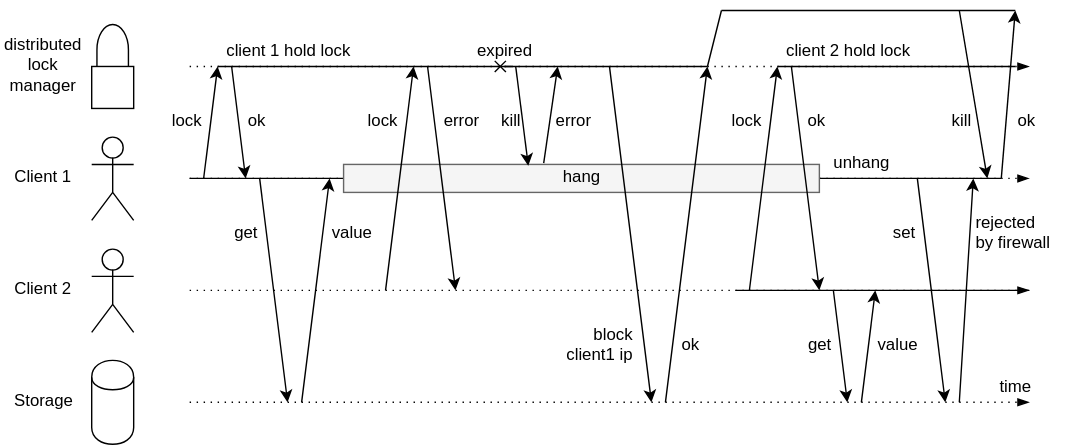
This is blog/isolate.svg from taooka/taooka, a draw.io export, as it was before one commit. Source tidied: cells renumbered, new cells last; positions are measured from the earlier drawing's top-left corner, leaving out a move shared by most shapes. Source of this version:
```xml
<mxGraphModel background="#ffffff">
  <root>
    <mxCell id="0" />
    <mxCell id="1" parent="0" />
    <mxCell id="2" style="endArrow=blockThin;html=1;dashed=1;dashPattern=1 4;endFill=1;" parent="1" edge="1">
      <mxGeometry relative="1" as="geometry">
        <mxPoint x="130" y="40" as="sourcePoint" />
        <mxPoint x="730" y="40" as="targetPoint" />
      </mxGeometry>
    </mxCell>
    <mxCell id="3" style="shape=cylinder;whiteSpace=wrap;html=1;" parent="1" vertex="1">
      <mxGeometry x="60" y="250" width="30" height="60" as="geometry" />
    </mxCell>
    <mxCell id="4" style="shape=umlActor;verticalLabelPosition=bottom;labelBackgroundColor=#ffffff;verticalAlign=top;html=1;" parent="1" vertex="1">
      <mxGeometry x="60" y="90" width="30" height="60" as="geometry" />
    </mxCell>
    <mxCell id="5" style="shape=umlActor;verticalLabelPosition=bottom;labelBackgroundColor=#ffffff;verticalAlign=top;html=1;" parent="1" vertex="1">
      <mxGeometry x="60" y="170" width="30" height="60" as="geometry" />
    </mxCell>
    <mxCell id="6" style="html=1;verticalLabelPosition=bottom;labelBackgroundColor=#ffffff;verticalAlign=top;strokeWidth=1;strokeColor=#000000;fillColor=#ffffff;shadow=0;dashed=0;shape=mxgraph.ios7.icons.locked;" parent="1" vertex="1">
      <mxGeometry x="60" y="10" width="30" height="60" as="geometry" />
    </mxCell>
    <mxCell id="7" style="endArrow=blockThin;html=1;dashed=1;dashPattern=1 4;endFill=1;" parent="1" edge="1">
      <mxGeometry relative="1" as="geometry">
        <mxPoint x="130" y="120" as="sourcePoint" />
        <mxPoint x="730" y="120" as="targetPoint" />
      </mxGeometry>
    </mxCell>
    <mxCell id="8" style="endArrow=blockThin;html=1;dashed=1;dashPattern=1 4;endFill=1;" parent="1" edge="1">
      <mxGeometry relative="1" as="geometry">
        <mxPoint x="130" y="200" as="sourcePoint" />
        <mxPoint x="730" y="200" as="targetPoint" />
      </mxGeometry>
    </mxCell>
    <mxCell id="9" style="endArrow=blockThin;html=1;dashed=1;dashPattern=1 4;strokeColor=#000000;endFill=1;" parent="1" edge="1">
      <mxGeometry relative="1" as="geometry">
        <mxPoint x="130" y="280" as="sourcePoint" />
        <mxPoint x="730" y="280" as="targetPoint" />
      </mxGeometry>
    </mxCell>
    <mxCell id="10" value="distributed lock manager" style="text;html=1;strokeColor=none;fillColor=none;align=center;verticalAlign=middle;whiteSpace=wrap;" parent="1" vertex="1">
      <mxGeometry y="30" width="50" height="20" as="geometry" />
    </mxCell>
    <mxCell id="11" value="Client 1" style="text;html=1;strokeColor=none;fillColor=none;align=center;verticalAlign=middle;whiteSpace=wrap;" parent="1" vertex="1">
      <mxGeometry y="110" width="50" height="20" as="geometry" />
    </mxCell>
    <mxCell id="12" value="Client 2" style="text;html=1;strokeColor=none;fillColor=none;align=center;verticalAlign=middle;whiteSpace=wrap;" parent="1" vertex="1">
      <mxGeometry y="190" width="50" height="20" as="geometry" />
    </mxCell>
    <mxCell id="13" value="Storage" style="text;html=1;strokeColor=none;fillColor=none;align=center;verticalAlign=middle;whiteSpace=wrap;" parent="1" vertex="1">
      <mxGeometry y="270" width="50" height="20" as="geometry" />
    </mxCell>
    <mxCell id="14" style="endArrow=classic;html=1;" parent="1" edge="1">
      <mxGeometry relative="1" as="geometry">
        <mxPoint x="140" y="120" as="sourcePoint" />
        <mxPoint x="150" y="40" as="targetPoint" />
      </mxGeometry>
    </mxCell>
    <mxCell id="15" value="lock" style="text;html=1;strokeColor=none;fillColor=none;align=right;verticalAlign=middle;whiteSpace=wrap;" parent="1" vertex="1">
      <mxGeometry x="100" y="70" width="40" height="20" as="geometry" />
    </mxCell>
    <mxCell id="16" style="endArrow=classic;html=1;" parent="1" edge="1">
      <mxGeometry relative="1" as="geometry">
        <mxPoint x="160" y="40" as="sourcePoint" />
        <mxPoint x="170" y="120" as="targetPoint" />
      </mxGeometry>
    </mxCell>
    <mxCell id="17" value="error" style="text;html=1;strokeColor=none;fillColor=none;align=left;verticalAlign=middle;whiteSpace=wrap;" parent="1" vertex="1">
      <mxGeometry x="310" y="70" width="40" height="20" as="geometry" />
    </mxCell>
    <mxCell id="18" style="endArrow=none;html=1;" parent="1" edge="1">
      <mxGeometry relative="1" as="geometry">
        <mxPoint x="130" y="120" as="sourcePoint" />
        <mxPoint x="710" y="120" as="targetPoint" />
      </mxGeometry>
    </mxCell>
    <mxCell id="19" style="endArrow=classic;html=1;" parent="1" edge="1">
      <mxGeometry relative="1" as="geometry">
        <mxPoint x="180" y="120" as="sourcePoint" />
        <mxPoint x="200" y="280" as="targetPoint" />
      </mxGeometry>
    </mxCell>
    <mxCell id="20" style="endArrow=classic;html=1;" parent="1" edge="1">
      <mxGeometry relative="1" as="geometry">
        <mxPoint x="210" y="280" as="sourcePoint" />
        <mxPoint x="230" y="120" as="targetPoint" />
      </mxGeometry>
    </mxCell>
    <mxCell id="21" value="get" style="text;html=1;strokeColor=none;fillColor=none;align=right;verticalAlign=middle;whiteSpace=wrap;" parent="1" vertex="1">
      <mxGeometry x="140" y="150" width="40" height="20" as="geometry" />
    </mxCell>
    <mxCell id="22" value="value" style="text;html=1;strokeColor=none;fillColor=none;align=left;verticalAlign=middle;whiteSpace=wrap;" parent="1" vertex="1">
      <mxGeometry x="230" y="150" width="40" height="20" as="geometry" />
    </mxCell>
    <mxCell id="23" value="&lt;div align=&quot;center&quot;&gt;hang&lt;/div&gt;" style="whiteSpace=wrap;html=1;strokeColor=#666666;strokeWidth=1;align=center;fillColor=#f5f5f5;" parent="1" vertex="1">
      <mxGeometry x="240" y="110" width="340" height="20" as="geometry" />
    </mxCell>
    <mxCell id="24" style="endArrow=classic;html=1;strokeWidth=1;" parent="1" edge="1">
      <mxGeometry relative="1" as="geometry">
        <mxPoint x="270" y="200" as="sourcePoint" />
        <mxPoint x="290" y="40" as="targetPoint" />
      </mxGeometry>
    </mxCell>
    <mxCell id="25" style="endArrow=classic;html=1;strokeWidth=1;" parent="1" edge="1">
      <mxGeometry relative="1" as="geometry">
        <mxPoint x="300" y="40" as="sourcePoint" />
        <mxPoint x="320" y="200" as="targetPoint" />
      </mxGeometry>
    </mxCell>
    <mxCell id="26" value="lock" style="text;html=1;strokeColor=none;fillColor=none;align=right;verticalAlign=middle;whiteSpace=wrap;" parent="1" vertex="1">
      <mxGeometry x="240" y="70" width="40" height="20" as="geometry" />
    </mxCell>
    <mxCell id="27" value="ok" style="text;html=1;strokeColor=none;fillColor=none;align=left;verticalAlign=middle;whiteSpace=wrap;" parent="1" vertex="1">
      <mxGeometry x="170" y="70" width="40" height="20" as="geometry" />
    </mxCell>
    <mxCell id="28" value="lock" style="text;html=1;strokeColor=none;fillColor=none;align=right;verticalAlign=middle;whiteSpace=wrap;" parent="1" vertex="1">
      <mxGeometry x="500" y="70" width="40" height="20" as="geometry" />
    </mxCell>
    <mxCell id="29" value="ok" style="text;html=1;strokeColor=none;fillColor=none;align=left;verticalAlign=middle;whiteSpace=wrap;" parent="1" vertex="1">
      <mxGeometry x="570" y="70" width="40" height="20" as="geometry" />
    </mxCell>
    <mxCell id="30" style="endArrow=classic;html=1;strokeWidth=1;" parent="1" edge="1">
      <mxGeometry relative="1" as="geometry">
        <mxPoint x="530" y="200" as="sourcePoint" />
        <mxPoint x="550" y="40" as="targetPoint" />
      </mxGeometry>
    </mxCell>
    <mxCell id="31" style="endArrow=classic;html=1;strokeWidth=1;" parent="1" edge="1">
      <mxGeometry relative="1" as="geometry">
        <mxPoint x="560" y="40" as="sourcePoint" />
        <mxPoint x="580" y="200" as="targetPoint" />
      </mxGeometry>
    </mxCell>
    <mxCell id="32" value="get" style="text;html=1;strokeColor=none;fillColor=none;align=right;verticalAlign=middle;whiteSpace=wrap;" parent="1" vertex="1">
      <mxGeometry x="550" y="230" width="40" height="20" as="geometry" />
    </mxCell>
    <mxCell id="33" style="endArrow=classic;html=1;strokeWidth=1;" parent="1" edge="1">
      <mxGeometry relative="1" as="geometry">
        <mxPoint x="590" y="200" as="sourcePoint" />
        <mxPoint x="600" y="280" as="targetPoint" />
      </mxGeometry>
    </mxCell>
    <mxCell id="34" style="endArrow=classic;html=1;strokeWidth=1;" parent="1" edge="1">
      <mxGeometry relative="1" as="geometry">
        <mxPoint x="610" y="280" as="sourcePoint" />
        <mxPoint x="620" y="200" as="targetPoint" />
      </mxGeometry>
    </mxCell>
    <mxCell id="35" value="value" style="text;html=1;strokeColor=none;fillColor=none;align=left;verticalAlign=middle;whiteSpace=wrap;" parent="1" vertex="1">
      <mxGeometry x="620" y="230" width="40" height="20" as="geometry" />
    </mxCell>
    <mxCell id="36" value="time" style="text;html=1;strokeColor=none;fillColor=none;align=center;verticalAlign=middle;whiteSpace=wrap;" parent="1" vertex="1">
      <mxGeometry x="700" y="260" width="40" height="20" as="geometry" />
    </mxCell>
    <mxCell id="37" style="endArrow=none;html=1;strokeColor=#000000;strokeWidth=1;endFill=0;startArrow=cross;startFill=0;" parent="1" edge="1">
      <mxGeometry relative="1" as="geometry">
        <mxPoint x="360" y="40" as="sourcePoint" />
        <mxPoint x="150" y="40" as="targetPoint" />
      </mxGeometry>
    </mxCell>
    <mxCell id="38" value="client 1 hold lock&lt;br&gt;" style="text;html=1;strokeColor=none;fillColor=none;align=center;verticalAlign=middle;whiteSpace=wrap;" parent="1" vertex="1">
      <mxGeometry x="150" y="20" width="100" height="20" as="geometry" />
    </mxCell>
    <mxCell id="39" style="endArrow=none;html=1;strokeColor=#000000;strokeWidth=1;" parent="1" edge="1">
      <mxGeometry relative="1" as="geometry">
        <mxPoint x="730" y="200" as="sourcePoint" />
        <mxPoint x="520" y="200" as="targetPoint" />
      </mxGeometry>
    </mxCell>
    <mxCell id="40" value="client 2 hold lock" style="text;html=1;strokeColor=none;fillColor=none;align=center;verticalAlign=middle;whiteSpace=wrap;" parent="1" vertex="1">
      <mxGeometry x="550" y="20" width="100" height="20" as="geometry" />
    </mxCell>
    <mxCell id="41" style="endArrow=none;html=1;strokeColor=#000000;strokeWidth=1;" parent="1" edge="1">
      <mxGeometry relative="1" as="geometry">
        <mxPoint x="720" y="40" as="sourcePoint" />
        <mxPoint x="550" y="40" as="targetPoint" />
      </mxGeometry>
    </mxCell>
    <mxCell id="42" style="endArrow=classic;html=1;strokeColor=#000000;strokeWidth=1;endFill=1;" parent="1" edge="1">
      <mxGeometry relative="1" as="geometry">
        <mxPoint x="650" y="120" as="sourcePoint" />
        <mxPoint x="670" y="280" as="targetPoint" />
      </mxGeometry>
    </mxCell>
    <mxCell id="43" value="set" style="text;html=1;strokeColor=none;fillColor=none;align=right;verticalAlign=middle;whiteSpace=wrap;" parent="1" vertex="1">
      <mxGeometry x="610" y="150" width="40" height="20" as="geometry" />
    </mxCell>
    <mxCell id="44" value="unhang" style="text;html=1;strokeColor=none;fillColor=none;align=center;verticalAlign=middle;whiteSpace=wrap;" parent="1" vertex="1">
      <mxGeometry x="580" y="100" width="60" height="20" as="geometry" />
    </mxCell>
    <mxCell id="45" style="endArrow=classic;html=1;strokeColor=#000000;strokeWidth=1;fontSize=19;exitX=0.75;exitY=1;entryX=0.443;entryY=0.028;entryPerimeter=0;" parent="1" edge="1">
      <mxGeometry relative="1" as="geometry">
        <mxPoint x="363" y="40" as="sourcePoint" />
        <mxPoint x="372" y="111" as="targetPoint" />
      </mxGeometry>
    </mxCell>
    <mxCell id="46" style="endArrow=classic;html=1;strokeColor=#000000;strokeWidth=1;fontSize=19;exitX=0.471;exitY=-0.04;exitPerimeter=0;" parent="1" edge="1">
      <mxGeometry relative="1" as="geometry">
        <mxPoint x="383" y="109" as="sourcePoint" />
        <mxPoint x="393" y="40" as="targetPoint" />
      </mxGeometry>
    </mxCell>
    <mxCell id="47" value="error" style="text;html=1;strokeColor=none;fillColor=none;align=left;verticalAlign=middle;whiteSpace=wrap;" parent="1" vertex="1">
      <mxGeometry x="390" y="70" width="40" height="20" as="geometry" />
    </mxCell>
    <mxCell id="48" value="kill" style="text;html=1;strokeColor=none;fillColor=none;align=right;verticalAlign=middle;whiteSpace=wrap;" parent="1" vertex="1">
      <mxGeometry x="328" y="70" width="40" height="20" as="geometry" />
    </mxCell>
    <mxCell id="49" value="expired" style="text;html=1;strokeColor=none;fillColor=none;align=center;verticalAlign=middle;whiteSpace=wrap;" parent="1" vertex="1">
      <mxGeometry x="305" y="20" width="100" height="20" as="geometry" />
    </mxCell>
    <mxCell id="50" style="endArrow=classic;html=1;strokeColor=#000000;strokeWidth=1;fontSize=19;" parent="1" edge="1">
      <mxGeometry relative="1" as="geometry">
        <mxPoint x="430" y="40" as="sourcePoint" />
        <mxPoint x="460" y="280" as="targetPoint" />
      </mxGeometry>
    </mxCell>
    <mxCell id="51" style="endArrow=classic;html=1;strokeColor=#000000;strokeWidth=1;fontSize=19;" parent="1" edge="1">
      <mxGeometry relative="1" as="geometry">
        <mxPoint x="470" y="280" as="sourcePoint" />
        <mxPoint x="500" y="40" as="targetPoint" />
      </mxGeometry>
    </mxCell>
    <mxCell id="52" value="block&lt;br&gt;client1 ip" style="text;html=1;strokeColor=none;fillColor=none;align=right;verticalAlign=middle;whiteSpace=wrap;" parent="1" vertex="1">
      <mxGeometry x="393" y="230" width="55" height="20" as="geometry" />
    </mxCell>
    <mxCell id="53" value="ok" style="text;html=1;strokeColor=none;fillColor=none;align=left;verticalAlign=middle;whiteSpace=wrap;" parent="1" vertex="1">
      <mxGeometry x="480" y="230" width="40" height="20" as="geometry" />
    </mxCell>
    <mxCell id="54" style="endArrow=none;html=1;strokeColor=#000000;strokeWidth=1;fontSize=19;entryX=0.5;entryY=1;" parent="1" edge="1" target="49">
      <mxGeometry relative="1" as="geometry">
        <mxPoint x="500" y="40" as="sourcePoint" />
      </mxGeometry>
    </mxCell>
    <mxCell id="55" style="endArrow=classic;html=1;strokeColor=#000000;strokeWidth=1;fontSize=19;" parent="1" edge="1">
      <mxGeometry relative="1" as="geometry">
        <mxPoint x="680" y="280" as="sourcePoint" />
        <mxPoint x="690" y="120" as="targetPoint" />
      </mxGeometry>
    </mxCell>
    <mxCell id="56" value="rejected&lt;br&gt;by firewall" style="text;html=1;strokeColor=none;fillColor=none;align=left;verticalAlign=middle;whiteSpace=wrap;" parent="1" vertex="1">
      <mxGeometry x="690" y="150" width="60" height="20" as="geometry" />
    </mxCell>
    <mxCell id="57" style="endArrow=none;html=1;strokeColor=#000000;strokeWidth=1;fontSize=19;endFill=0;" parent="1" edge="1">
      <mxGeometry relative="1" as="geometry">
        <mxPoint x="510" as="sourcePoint" />
        <mxPoint x="720" as="targetPoint" />
      </mxGeometry>
    </mxCell>
    <mxCell id="58" style="endArrow=none;html=1;strokeColor=#000000;strokeWidth=1;fontSize=19;" parent="1" edge="1">
      <mxGeometry relative="1" as="geometry">
        <mxPoint x="500" y="40" as="sourcePoint" />
        <mxPoint x="510" as="targetPoint" />
      </mxGeometry>
    </mxCell>
    <mxCell id="59" style="endArrow=classic;html=1;strokeColor=#000000;strokeWidth=1;fontSize=19;" parent="1" edge="1">
      <mxGeometry relative="1" as="geometry">
        <mxPoint x="680" as="sourcePoint" />
        <mxPoint x="700" y="120" as="targetPoint" />
      </mxGeometry>
    </mxCell>
    <mxCell id="60" value="kill" style="text;html=1;strokeColor=none;fillColor=none;align=right;verticalAlign=middle;whiteSpace=wrap;" parent="1" vertex="1">
      <mxGeometry x="650" y="70" width="40" height="20" as="geometry" />
    </mxCell>
    <mxCell id="61" style="endArrow=classic;html=1;strokeColor=#000000;strokeWidth=1;fontSize=19;" parent="1" edge="1">
      <mxGeometry relative="1" as="geometry">
        <mxPoint x="710" y="120" as="sourcePoint" />
        <mxPoint x="720" as="targetPoint" />
      </mxGeometry>
    </mxCell>
    <mxCell id="62" value="ok" style="text;html=1;strokeColor=none;fillColor=none;align=left;verticalAlign=middle;whiteSpace=wrap;" parent="1" vertex="1">
      <mxGeometry x="720" y="70" width="40" height="20" as="geometry" />
    </mxCell>
  </root>
</mxGraphModel>
```
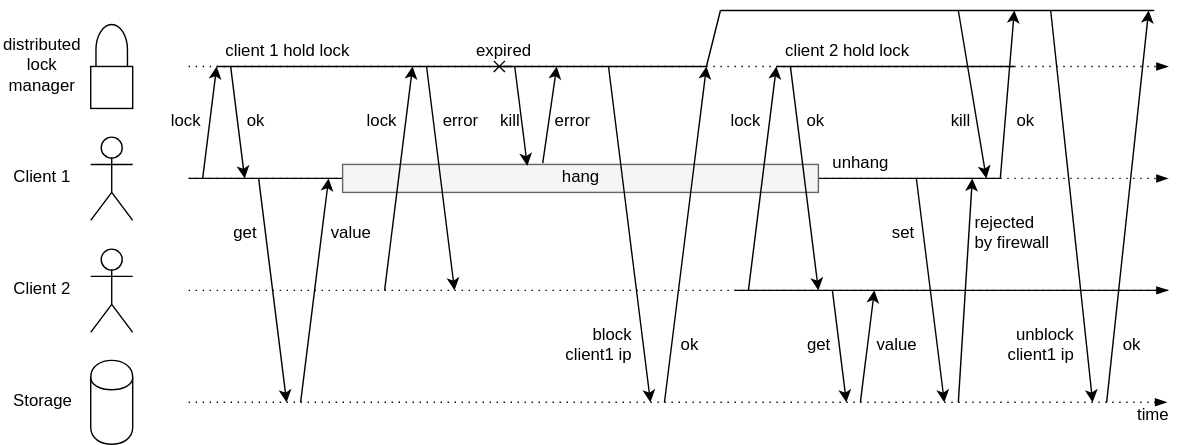
The same diagram one commit later.

Commit message:
diagramm updated add some links

What changed in the source:
```diff
@@ -5,7 +5,7 @@
     <mxCell id="2" style="endArrow=blockThin;html=1;dashed=1;dashPattern=1 4;endFill=1;" parent="1" edge="1">
       <mxGeometry relative="1" as="geometry">
         <mxPoint x="130" y="40" as="sourcePoint" />
-        <mxPoint x="730" y="40" as="targetPoint" />
+        <mxPoint x="830" y="40" as="targetPoint" />
       </mxGeometry>
     </mxCell>
     <mxCell id="3" style="shape=cylinder;whiteSpace=wrap;html=1;" parent="1" vertex="1">
@@ -23,19 +23,18 @@
     <mxCell id="7" style="endArrow=blockThin;html=1;dashed=1;dashPattern=1 4;endFill=1;" parent="1" edge="1">
       <mxGeometry relative="1" as="geometry">
         <mxPoint x="130" y="120" as="sourcePoint" />
-        <mxPoint x="730" y="120" as="targetPoint" />
+        <mxPoint x="830" y="120" as="targetPoint" />
       </mxGeometry>
     </mxCell>
     <mxCell id="8" style="endArrow=blockThin;html=1;dashed=1;dashPattern=1 4;endFill=1;" parent="1" edge="1">
       <mxGeometry relative="1" as="geometry">
         <mxPoint x="130" y="200" as="sourcePoint" />
-        <mxPoint x="730" y="200" as="targetPoint" />
+        <mxPoint x="830" y="200" as="targetPoint" />
       </mxGeometry>
     </mxCell>
-    <mxCell id="9" style="endArrow=blockThin;html=1;dashed=1;dashPattern=1 4;strokeColor=#000000;endFill=1;" parent="1" edge="1">
+    <mxCell id="9" style="endArrow=blockThin;html=1;dashed=1;dashPattern=1 4;strokeColor=#000000;endFill=1;entryX=0.75;entryY=0;" parent="1" edge="1" target="36">
       <mxGeometry relative="1" as="geometry">
         <mxPoint x="130" y="280" as="sourcePoint" />
-        <mxPoint x="730" y="280" as="targetPoint" />
       </mxGeometry>
     </mxCell>
     <mxCell id="10" value="distributed lock manager" style="text;html=1;strokeColor=none;fillColor=none;align=center;verticalAlign=middle;whiteSpace=wrap;" parent="1" vertex="1">
@@ -150,7 +149,7 @@
       <mxGeometry x="620" y="230" width="40" height="20" as="geometry" />
     </mxCell>
     <mxCell id="36" value="time" style="text;html=1;strokeColor=none;fillColor=none;align=center;verticalAlign=middle;whiteSpace=wrap;" parent="1" vertex="1">
-      <mxGeometry x="700" y="260" width="40" height="20" as="geometry" />
+      <mxGeometry x="799" y="280" width="40" height="20" as="geometry" />
     </mxCell>
     <mxCell id="37" style="endArrow=none;html=1;strokeColor=#000000;strokeWidth=1;endFill=0;startArrow=cross;startFill=0;" parent="1" edge="1">
       <mxGeometry relative="1" as="geometry">
@@ -163,7 +162,7 @@
     </mxCell>
     <mxCell id="39" style="endArrow=none;html=1;strokeColor=#000000;strokeWidth=1;" parent="1" edge="1">
       <mxGeometry relative="1" as="geometry">
-        <mxPoint x="730" y="200" as="sourcePoint" />
+        <mxPoint x="830" y="200" as="sourcePoint" />
         <mxPoint x="520" y="200" as="targetPoint" />
       </mxGeometry>
     </mxCell>
@@ -244,7 +243,7 @@
     <mxCell id="57" style="endArrow=none;html=1;strokeColor=#000000;strokeWidth=1;fontSize=19;endFill=0;" parent="1" edge="1">
       <mxGeometry relative="1" as="geometry">
         <mxPoint x="510" as="sourcePoint" />
-        <mxPoint x="720" as="targetPoint" />
+        <mxPoint x="820" as="targetPoint" />
       </mxGeometry>
     </mxCell>
     <mxCell id="58" style="endArrow=none;html=1;strokeColor=#000000;strokeWidth=1;fontSize=19;" parent="1" edge="1">
@@ -271,5 +270,23 @@
     <mxCell id="62" value="ok" style="text;html=1;strokeColor=none;fillColor=none;align=left;verticalAlign=middle;whiteSpace=wrap;" parent="1" vertex="1">
       <mxGeometry x="720" y="70" width="40" height="20" as="geometry" />
     </mxCell>
+    <mxCell id="63" style="endArrow=classic;html=1;strokeColor=#000000;strokeWidth=1;fontSize=19;" parent="1" edge="1">
+      <mxGeometry relative="1" as="geometry">
+        <mxPoint x="746" as="sourcePoint" />
+        <mxPoint x="776" y="280" as="targetPoint" />
+      </mxGeometry>
+    </mxCell>
+    <mxCell id="64" style="endArrow=classic;html=1;strokeColor=#000000;strokeWidth=1;fontSize=19;" parent="1" edge="1">
+      <mxGeometry relative="1" as="geometry">
+        <mxPoint x="786" y="280" as="sourcePoint" />
+        <mxPoint x="816" as="targetPoint" />
+      </mxGeometry>
+    </mxCell>
+    <mxCell id="65" value="unblock&lt;br&gt;client1 ip" style="text;html=1;strokeColor=none;fillColor=none;align=right;verticalAlign=middle;whiteSpace=wrap;" parent="1" vertex="1">
+      <mxGeometry x="709" y="230" width="55" height="20" as="geometry" />
+    </mxCell>
+    <mxCell id="66" value="ok" style="text;html=1;strokeColor=none;fillColor=none;align=left;verticalAlign=middle;whiteSpace=wrap;" parent="1" vertex="1">
+      <mxGeometry x="796" y="230" width="23" height="20" as="geometry" />
+    </mxCell>
   </root>
 </mxGraphModel>
```
